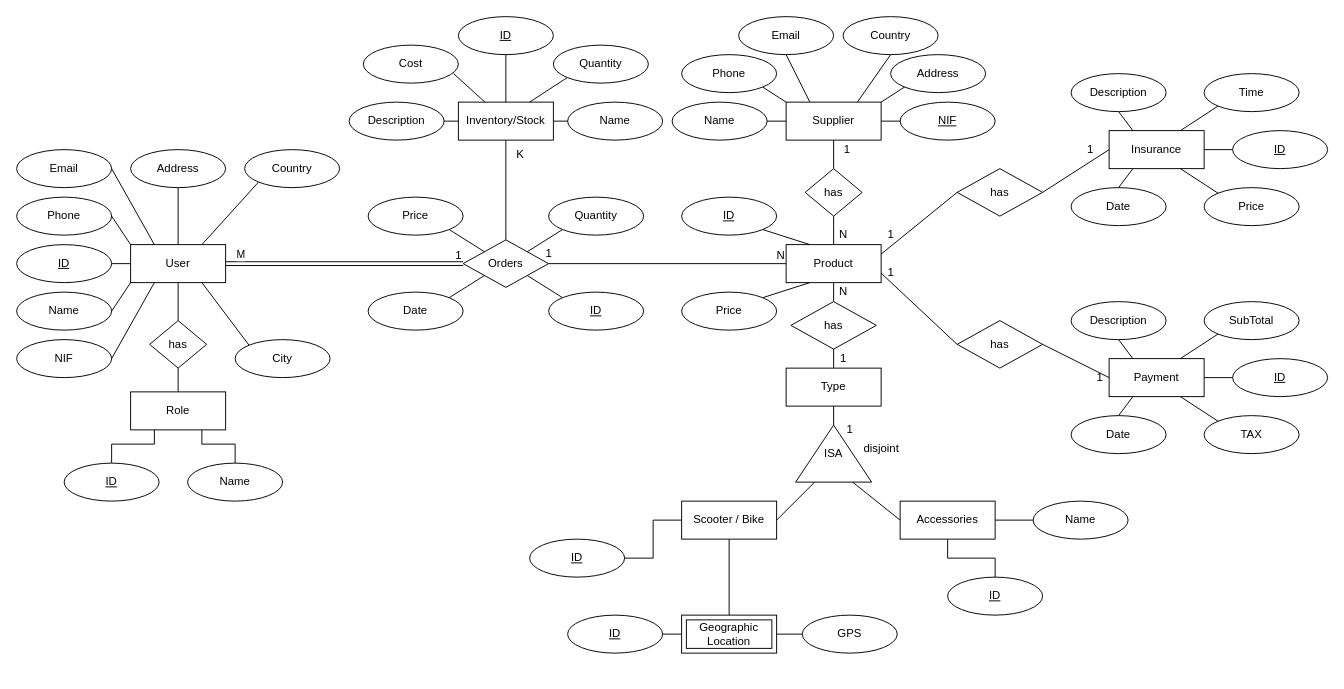
Above: RentalService.drawio in joaoafonso02/BD (draw.io), before the change. Source tidied: cells renumbered, new cells numbered last; positions are measured from the earlier drawing's top-left corner, leaving out a move shared by most shapes. Both pictures are drawn from the tidied source at 95%, with x=0, y=0 at pixel (16, 16).
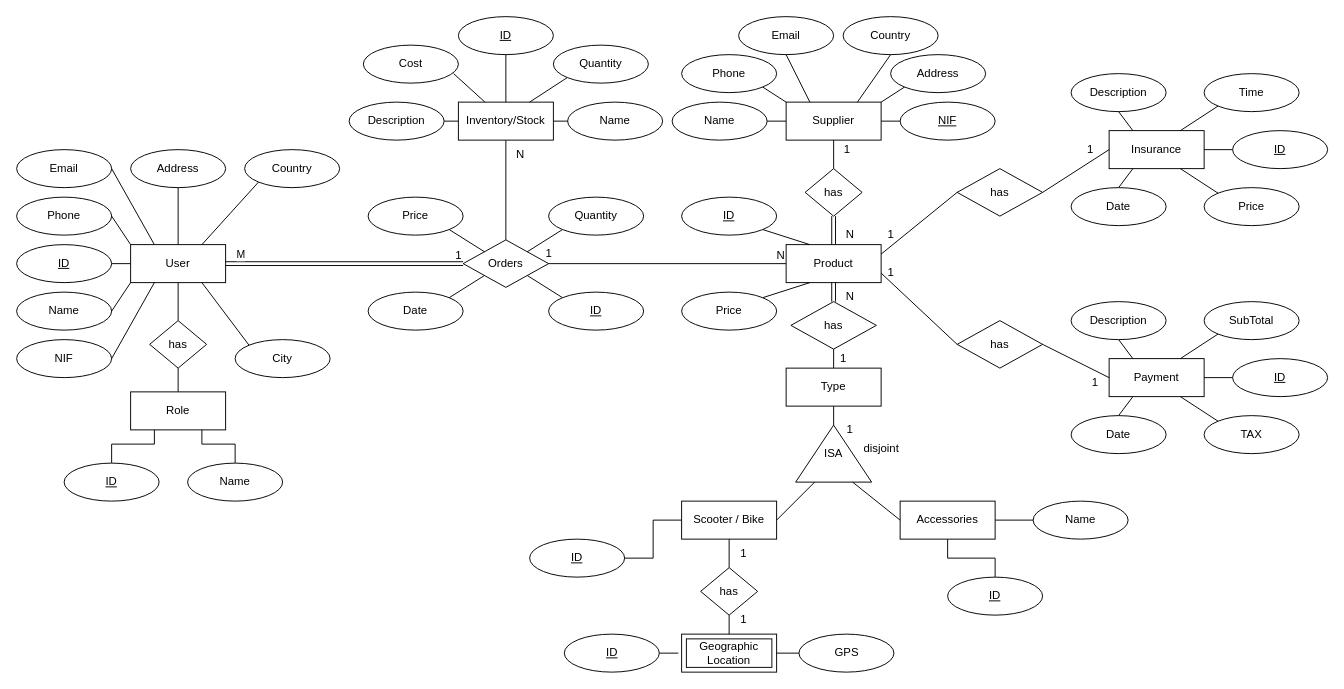
After the change.

The change refers to these unchanged cells:
```xml
<mxCell id="47" value="Product" style="whiteSpace=wrap;html=1;align=center;" parent="1" vertex="1">
  <mxGeometry x="810" y="240" width="100" height="40" as="geometry" />
</mxCell>
<mxCell id="54" value="Scooter / Bike" style="whiteSpace=wrap;html=1;align=center;" parent="1" vertex="1">
  <mxGeometry x="700" y="510" width="100" height="40" as="geometry" />
</mxCell>
<mxCell id="109" value="&lt;div&gt;has&lt;/div&gt;" style="rhombus;whiteSpace=wrap;html=1;" parent="1" vertex="1">
  <mxGeometry x="830" y="160" width="60" height="50" as="geometry" />
</mxCell>
<mxCell id="115" value="has" style="shape=rhombus;perimeter=rhombusPerimeter;whiteSpace=wrap;html=1;align=center;" parent="1" vertex="1">
  <mxGeometry x="815" y="300" width="90" height="50" as="geometry" />
</mxCell>
```

Change to the diagram source:
```diff
@@
-    <mxCell id="46" style="edgeStyle=orthogonalEdgeStyle;rounded=0;jettySize=auto;html=1;exitX=0.5;exitY=1;exitDx=0;exitDy=0;entryX=0.5;entryY=0;entryDx=0;entryDy=0;endArrow=none;endFill=0;" parent="1" edge="1" source="47" target="115">
-      <mxGeometry relative="1" as="geometry" />
-    </mxCell>
@@
     <mxCell id="61" value="Geographic Location" style="shape=ext;margin=3;double=1;whiteSpace=wrap;html=1;align=center;" parent="1" vertex="1">
-      <mxGeometry x="700" y="630" width="100" height="40" as="geometry" />
+      <mxGeometry x="700" y="650" width="100" height="40" as="geometry" />
     </mxCell>
     <mxCell id="62" value="&lt;u&gt;ID&lt;/u&gt;" style="ellipse;whiteSpace=wrap;html=1;align=center;" parent="1" vertex="1">
-      <mxGeometry x="580" y="630" width="100" height="40" as="geometry" />
+      <mxGeometry x="576.5" y="650" width="100" height="40" as="geometry" />
     </mxCell>
     <mxCell id="63" value="GPS" style="ellipse;whiteSpace=wrap;html=1;align=center;" parent="1" vertex="1">
-      <mxGeometry x="827" y="630" width="100" height="40" as="geometry" />
+      <mxGeometry x="823.5" y="650" width="100" height="40" as="geometry" />
     </mxCell>
     <mxCell id="64" style="endArrow=none;html=1;rounded=0;exitX=1;exitY=0.5;exitDx=0;exitDy=0;" parent="1" edge="1" source="62">
       <mxGeometry relative="1" as="geometry">
-        <mxPoint x="700" y="650" as="targetPoint" />
+        <mxPoint x="696.5" y="670" as="targetPoint" />
       </mxGeometry>
     </mxCell>
@@
-    <mxCell id="66" style="endArrow=none;html=1;rounded=0;exitX=0.5;exitY=1;exitDx=0;exitDy=0;entryX=0.5;entryY=0;entryDx=0;entryDy=0;" parent="1" edge="1" source="54" target="61">
-      <mxGeometry relative="1" as="geometry" />
-    </mxCell>
@@
-    <mxCell id="108" style="edgeStyle=orthogonalEdgeStyle;rounded=0;jettySize=auto;html=1;exitX=0.5;exitY=1;exitDx=0;exitDy=0;entryX=0.5;entryY=0;entryDx=0;entryDy=0;endArrow=none;endFill=0;" parent="1" edge="1" source="109" target="47">
-      <mxGeometry relative="1" as="geometry" />
-    </mxCell>
@@
     <mxCell id="110" value="&lt;div&gt;N&lt;/div&gt;" style="text;html=1;align=center;verticalAlign=middle;strokeColor=none;fillColor=none;" parent="1" vertex="1">
-      <mxGeometry x="855" y="215" width="30" height="30" as="geometry" />
+      <mxGeometry x="862" y="215" width="30" height="30" as="geometry" />
     </mxCell>
@@
-    <mxCell id="112" value="K" style="text;html=1;align=center;verticalAlign=middle;strokeColor=none;fillColor=none;" parent="1" vertex="1">
+    <mxCell id="112" value="N" style="text;html=1;align=center;verticalAlign=middle;strokeColor=none;fillColor=none;" parent="1" vertex="1">
       <mxGeometry x="515" y="130" width="30" height="30" as="geometry" />
     </mxCell>
@@
     <mxCell id="124" value="N" style="text;html=1;align=center;verticalAlign=middle;strokeColor=none;fillColor=none;" parent="1" vertex="1">
-      <mxGeometry x="855" y="275" width="30" height="30" as="geometry" />
+      <mxGeometry x="862" y="280" width="30" height="30" as="geometry" />
     </mxCell>
@@
     <mxCell id="126" value="1" style="text;html=1;align=center;verticalAlign=middle;strokeColor=none;fillColor=none;" parent="1" vertex="1">
-      <mxGeometry x="1125" y="365" width="30" height="30" as="geometry" />
+      <mxGeometry x="1120" y="370" width="30" height="30" as="geometry" />
     </mxCell>
@@
+    <mxCell id="136" value="&lt;div&gt;has&lt;/div&gt;" style="rhombus;whiteSpace=wrap;html=1;" parent="1" vertex="1">
+      <mxGeometry x="720" y="580" width="60" height="50" as="geometry" />
+    </mxCell>
+    <mxCell id="137" style="endArrow=none;html=1;rounded=0;exitX=0.5;exitY=1;exitDx=0;exitDy=0;entryX=0.5;entryY=0;entryDx=0;entryDy=0;" parent="1" edge="1" source="54" target="136">
+      <mxGeometry relative="1" as="geometry" />
+    </mxCell>
+    <mxCell id="138" style="endArrow=none;html=1;rounded=0;exitX=0.5;exitY=0;exitDx=0;exitDy=0;entryX=0.5;entryY=1;entryDx=0;entryDy=0;" parent="1" edge="1" source="61" target="136">
+      <mxGeometry relative="1" as="geometry" />
+    </mxCell>
+    <mxCell id="139" value="1" style="text;html=1;align=center;verticalAlign=middle;strokeColor=none;fillColor=none;" parent="1" vertex="1">
+      <mxGeometry x="750" y="550" width="30" height="30" as="geometry" />
+    </mxCell>
+    <mxCell id="140" value="1" style="text;html=1;align=center;verticalAlign=middle;strokeColor=none;fillColor=none;" parent="1" vertex="1">
+      <mxGeometry x="750" y="620" width="30" height="30" as="geometry" />
+    </mxCell>
+    <mxCell id="108" style="shape=link;html=1;rounded=0;exitX=0.5;exitY=1;exitDx=0;exitDy=0;" parent="1" edge="1" source="109" target="47">
+      <mxGeometry relative="1" as="geometry" />
+    </mxCell>
+    <mxCell id="141" style="shape=link;html=1;rounded=0;exitX=0.5;exitY=0;exitDx=0;exitDy=0;" parent="1" edge="1" source="115">
+      <mxGeometry relative="1" as="geometry">
+        <mxPoint x="860" y="280" as="targetPoint" />
+      </mxGeometry>
+    </mxCell>
```
